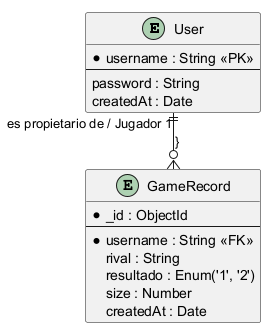
Above: images/database-schema.png in Arquisoft/yovi_es2a (PlantUML), before the change. The source it was exported from:
```plantuml
@startuml
entity "User" as user {
  * username : String <<PK>>
  --
  password : String
  createdAt : Date
}

entity "GameRecord" as game {
  * _id : ObjectId
  --
  * username : String <<FK>>
  rival : String
  resultado : Enum('1', '2')
  size : Number
  createdAt : Date
}
user ||--o{ game : "es propietario de / Jugador 1"}
@enduml
```
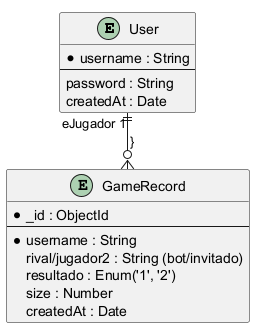
The same file after the commit.

The edit, as a diff of the source:
```diff
@@ -1,6 +1,6 @@
 @startuml
 entity "User" as user {
-  * username : String <<PK>>
+  * username : String
   --
   password : String
   createdAt : Date
@@ -9,11 +9,11 @@
 entity "GameRecord" as game {
   * _id : ObjectId
   --
-  * username : String <<FK>>
-  rival : String
+  * username : String
+  rival/jugador2 : String (bot/invitado)
   resultado : Enum('1', '2')
   size : Number
   createdAt : Date
 }
-user ||--o{ game : "es propietario de / Jugador 1"}
+user ||--o{ game : "eJugador 1"}
 @enduml
```
